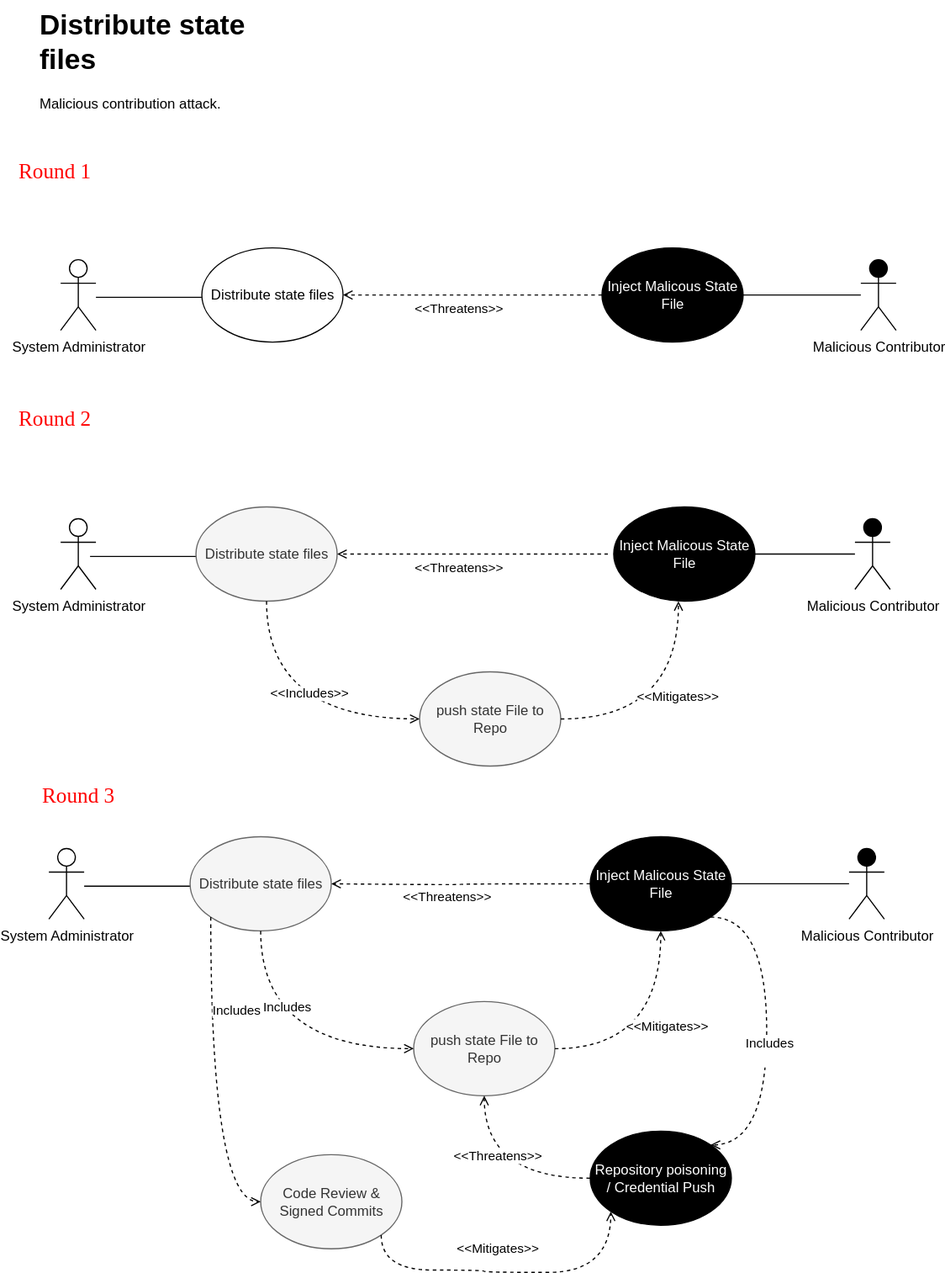
smfarjad/CYBR8420_Team3 keeps this draw.io diagram as use_cases/MisUseCasesV4greyovals.svg. Above is the earlier version. Source tidied: cells renumbered, new cells last; positions are measured from the earlier drawing's top-left corner, leaving out a move shared by most shapes.
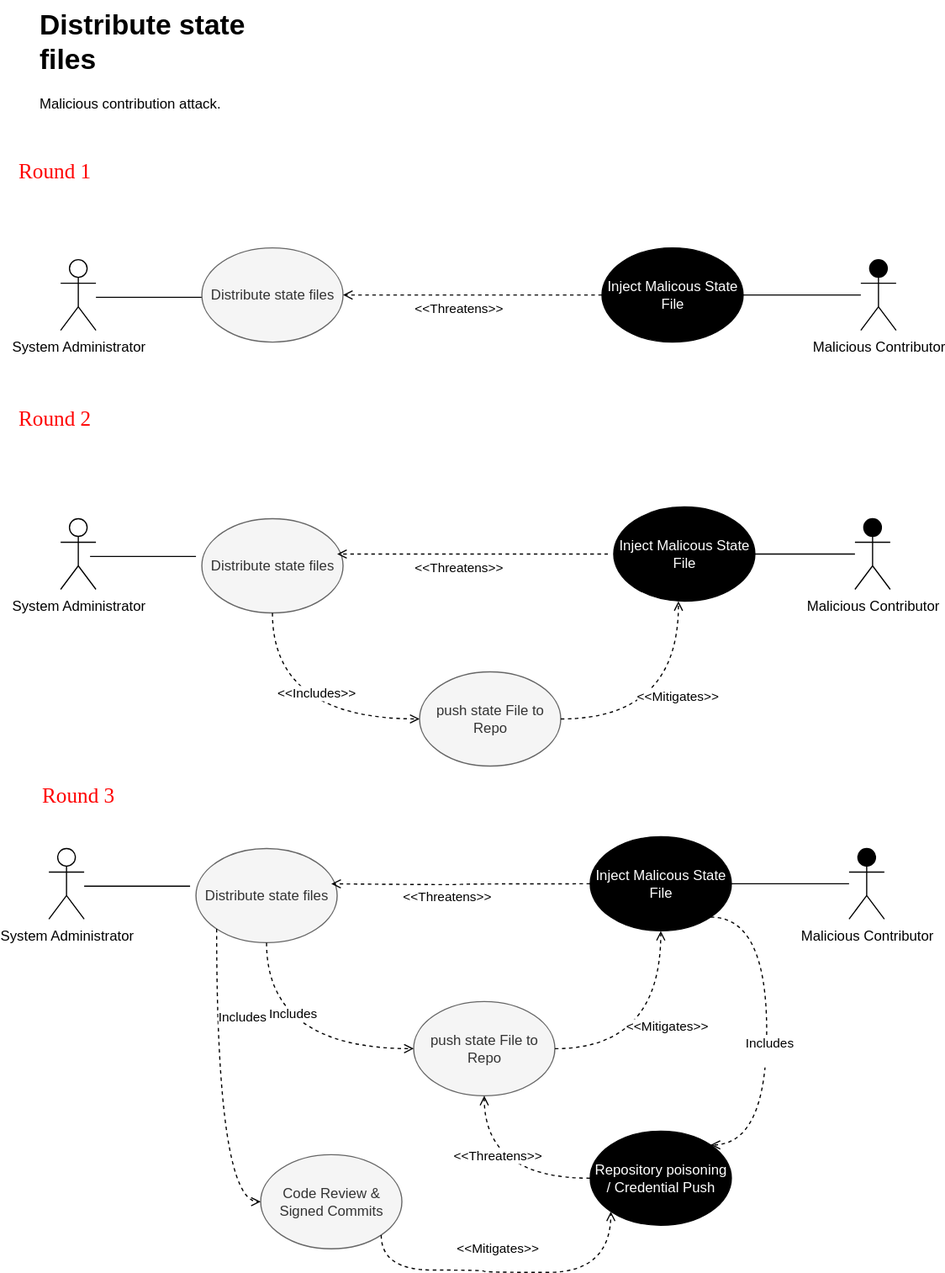
After the change.

What changed in the source:
```diff
@@ -11,7 +11,7 @@
         <mxPoint x="160" y="252" as="targetPoint" />
       </mxGeometry>
     </mxCell>
-    <mxCell id="4" value="Distribute state files" style="ellipse;whiteSpace=wrap;html=1;fillColor=#FFFFFF;" parent="1" vertex="1">
+    <mxCell id="4" value="Distribute state files" style="ellipse;whiteSpace=wrap;html=1;fillColor=#f5f5f5;strokeColor=#666666;fontColor=#333333;" parent="1" vertex="1">
       <mxGeometry x="160" y="210" width="120" height="80" as="geometry" />
     </mxCell>
     <mxCell id="5" style="edgeStyle=orthogonalEdgeStyle;rounded=0;jettySize=auto;html=1;entryX=1;entryY=0.5;entryDx=0;entryDy=0;endArrow=none;endFill=0;" parent="1" edge="1" source="6">
@@ -50,10 +50,10 @@
         <mxPoint x="150" y="752" as="targetPoint" />
       </mxGeometry>
     </mxCell>
-    <mxCell id="14" value="Distribute state files" style="ellipse;whiteSpace=wrap;html=1;fillColor=#f5f5f5;fontColor=#333333;strokeColor=#666666;" parent="1" vertex="1">
-      <mxGeometry x="150" y="710" width="120" height="80" as="geometry" />
+    <mxCell id="14" value="Distribute state files" style="ellipse;whiteSpace=wrap;html=1;fillColor=#f5f5f5;strokeColor=#666666;fontColor=#333333;" parent="1" vertex="1">
+      <mxGeometry x="155" y="720" width="120" height="80" as="geometry" />
     </mxCell>
-    <mxCell id="15" value="push state File to Repo" style="ellipse;whiteSpace=wrap;html=1;fillColor=#f5f5f5;fontColor=#333333;strokeColor=#666666;" parent="1" vertex="1">
+    <mxCell id="15" value="push state File to Repo" style="ellipse;whiteSpace=wrap;html=1;fillColor=#f5f5f5;strokeColor=#666666;fontColor=#333333;" parent="1" vertex="1">
       <mxGeometry x="340" y="850" width="120" height="80" as="geometry" />
     </mxCell>
     <mxCell id="16" style="endArrow=open;dashed=1;html=1;entryX=0;entryY=0.5;entryDx=0;entryDy=0;edgeStyle=orthogonalEdgeStyle;curved=1;endFill=0;strokeWidth=1;exitX=0.5;exitY=1;exitDx=0;exitDy=0;" parent="1" edge="1" source="14" target="15">
@@ -107,10 +107,10 @@
         <mxPoint x="155" y="472" as="targetPoint" />
       </mxGeometry>
     </mxCell>
-    <mxCell id="28" value="Distribute state files" style="ellipse;whiteSpace=wrap;html=1;fillColor=#f5f5f5;fontColor=#333333;strokeColor=#666666;" parent="1" vertex="1">
-      <mxGeometry x="155" y="430" width="120" height="80" as="geometry" />
+    <mxCell id="28" value="Distribute state files" style="ellipse;whiteSpace=wrap;html=1;fillColor=#f5f5f5;strokeColor=#666666;fontColor=#333333;" parent="1" vertex="1">
+      <mxGeometry x="160" y="440" width="120" height="80" as="geometry" />
     </mxCell>
-    <mxCell id="29" value="push state File to Repo" style="ellipse;whiteSpace=wrap;html=1;fillColor=#f5f5f5;fontColor=#333333;strokeColor=#666666;" parent="1" vertex="1">
+    <mxCell id="29" value="push state File to Repo" style="ellipse;whiteSpace=wrap;html=1;fillColor=#f5f5f5;strokeColor=#666666;fontColor=#333333;" parent="1" vertex="1">
       <mxGeometry x="345" y="570" width="120" height="80" as="geometry" />
     </mxCell>
     <mxCell id="30" style="endArrow=open;dashed=1;html=1;entryX=0;entryY=0.5;entryDx=0;entryDy=0;edgeStyle=orthogonalEdgeStyle;curved=1;endFill=0;strokeWidth=1;exitX=0.5;exitY=1;exitDx=0;exitDy=0;" parent="1" edge="1" source="28" target="29">
@@ -154,7 +154,7 @@
     <mxCell id="39" value="&lt;font face=&quot;Times New Roman&quot; style=&quot;color: rgb(255, 0, 0); font-size: 18px;&quot;&gt;Round 3&lt;/font&gt;" style="text;html=1;align=center;verticalAlign=middle;whiteSpace=wrap;rounded=0;" parent="1" vertex="1">
       <mxGeometry x="20" y="660" width="70" height="30" as="geometry" />
     </mxCell>
-    <mxCell id="40" value="Code Review &amp;amp; Signed Commits" style="ellipse;whiteSpace=wrap;html=1;fillColor=#f5f5f5;fontColor=#333333;strokeColor=#666666;" parent="1" vertex="1">
+    <mxCell id="40" value="Code Review &amp;amp; Signed Commits" style="ellipse;whiteSpace=wrap;html=1;fillColor=#f5f5f5;strokeColor=#666666;fontColor=#333333;" parent="1" vertex="1">
       <mxGeometry x="210" y="980" width="120" height="80" as="geometry" />
     </mxCell>
     <mxCell id="41" value="Repository poisoning / Credential Push" style="ellipse;whiteSpace=wrap;html=1;fillColor=#000000;fontColor=#FFFFFF;" parent="1" vertex="1">
```
